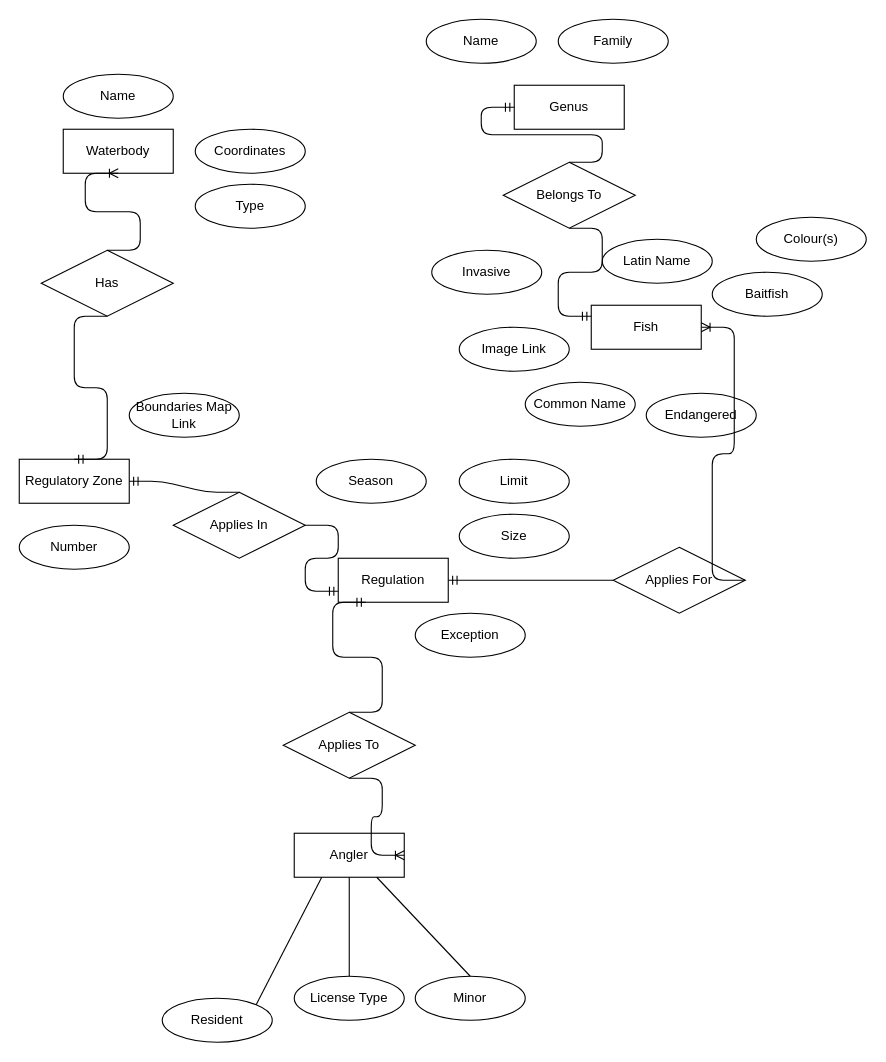
This is lab2.drawio from spjanic10/fishOntario, a draw.io file, before an edit. Source tidied: cells renumbered, new cells numbered last; positions are measured from the earlier drawing's top-left corner, leaving out a move shared by most shapes. Both pictures are drawn from the tidied source at 110%, with x=0, y=0 at pixel (19, 19).
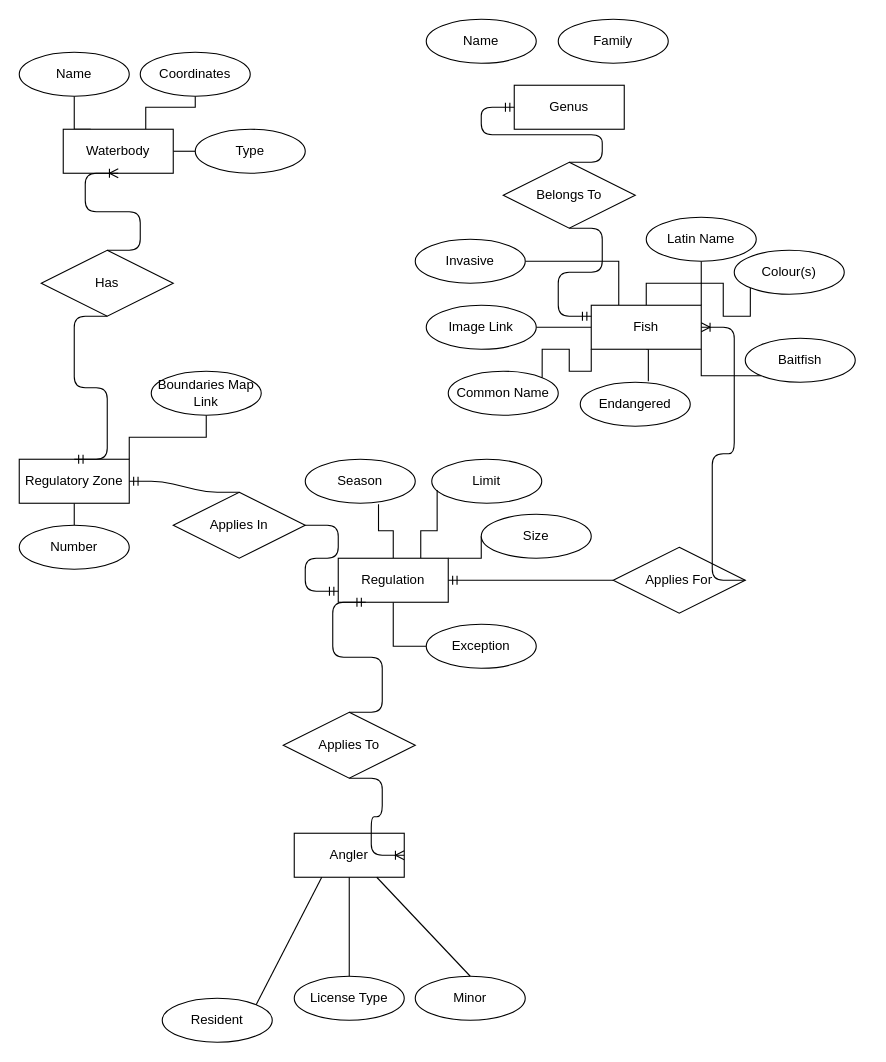
Above is the later version.

Commit message:
needs to be cleaned

The change refers to these unchanged cells:
```xml
<mxCell id="2" value="Regulatory Zone" style="whiteSpace=wrap;html=1;align=center;" parent="1" vertex="1">
  <mxGeometry y="400" width="100" height="40" as="geometry" />
</mxCell>
<mxCell id="3" value="Fish" style="whiteSpace=wrap;html=1;align=center;" parent="1" vertex="1">
  <mxGeometry x="520" y="260" width="100" height="40" as="geometry" />
</mxCell>
<mxCell id="5" value="Waterbody" style="whiteSpace=wrap;html=1;align=center;" parent="1" vertex="1">
  <mxGeometry x="40" y="100" width="100" height="40" as="geometry" />
</mxCell>
<mxCell id="14" value="Number" style="ellipse;whiteSpace=wrap;html=1;align=center;" parent="1" vertex="1">
  <mxGeometry y="460" width="100" height="40" as="geometry" />
</mxCell>
<mxCell id="25" value="Regulation" style="whiteSpace=wrap;html=1;align=center;" parent="1" vertex="1">
  <mxGeometry x="290" y="490" width="100" height="40" as="geometry" />
</mxCell>
```

Diff of the diagram source:
```diff
@@
+    <mxCell id="47" style="edgeStyle=orthogonalEdgeStyle;rounded=0;jettySize=auto;html=1;exitX=0.5;exitY=1;exitDx=0;exitDy=0;entryX=0.5;entryY=0;entryDx=0;entryDy=0;endArrow=none;endFill=0;" parent="1" edge="1" source="2" target="14">
+      <mxGeometry relative="1" as="geometry" />
+    </mxCell>
+    <mxCell id="48" style="edgeStyle=orthogonalEdgeStyle;rounded=0;jettySize=auto;html=1;exitX=1;exitY=0;exitDx=0;exitDy=0;entryX=0.5;entryY=1;entryDx=0;entryDy=0;endArrow=none;endFill=0;" parent="1" edge="1" source="2" target="24">
+      <mxGeometry relative="1" as="geometry" />
+    </mxCell>
@@
+    <mxCell id="49" style="edgeStyle=orthogonalEdgeStyle;rounded=0;jettySize=auto;html=1;exitX=0;exitY=0.5;exitDx=0;exitDy=0;entryX=1;entryY=0.5;entryDx=0;entryDy=0;endArrow=none;endFill=0;" parent="1" edge="1" source="3" target="23">
+      <mxGeometry relative="1" as="geometry" />
+    </mxCell>
+    <mxCell id="50" style="edgeStyle=orthogonalEdgeStyle;rounded=0;jettySize=auto;html=1;exitX=0;exitY=1;exitDx=0;exitDy=0;entryX=1;entryY=0;entryDx=0;entryDy=0;endArrow=none;endFill=0;" parent="1" edge="1" source="3" target="16">
+      <mxGeometry relative="1" as="geometry" />
+    </mxCell>
+    <mxCell id="51" style="edgeStyle=orthogonalEdgeStyle;rounded=0;jettySize=auto;html=1;exitX=0.5;exitY=1;exitDx=0;exitDy=0;entryX=0.619;entryY=-0.022;entryDx=0;entryDy=0;entryPerimeter=0;endArrow=none;endFill=0;" parent="1" edge="1" source="3" target="18">
+      <mxGeometry relative="1" as="geometry" />
+    </mxCell>
+    <mxCell id="52" style="edgeStyle=orthogonalEdgeStyle;rounded=0;jettySize=auto;html=1;exitX=0.5;exitY=0;exitDx=0;exitDy=0;entryX=0.5;entryY=1;entryDx=0;entryDy=0;endArrow=none;endFill=0;" parent="1" edge="1" source="3" target="19">
+      <mxGeometry relative="1" as="geometry" />
+    </mxCell>
+    <mxCell id="53" style="edgeStyle=orthogonalEdgeStyle;rounded=0;jettySize=auto;html=1;exitX=1;exitY=0;exitDx=0;exitDy=0;entryX=0;entryY=1;entryDx=0;entryDy=0;endArrow=none;endFill=0;" parent="1" edge="1" source="3" target="31">
+      <mxGeometry relative="1" as="geometry" />
+    </mxCell>
+    <mxCell id="54" style="edgeStyle=orthogonalEdgeStyle;rounded=0;jettySize=auto;html=1;exitX=1;exitY=1;exitDx=0;exitDy=0;entryX=0;entryY=1;entryDx=0;entryDy=0;endArrow=none;endFill=0;" parent="1" edge="1" source="3" target="21">
+      <mxGeometry relative="1" as="geometry" />
+    </mxCell>
+    <mxCell id="55" style="edgeStyle=orthogonalEdgeStyle;rounded=0;jettySize=auto;html=1;exitX=0.25;exitY=0;exitDx=0;exitDy=0;entryX=1;entryY=0.5;entryDx=0;entryDy=0;endArrow=none;endFill=0;" parent="1" edge="1" source="3" target="15">
+      <mxGeometry relative="1" as="geometry" />
+    </mxCell>
@@
+    <mxCell id="56" style="edgeStyle=orthogonalEdgeStyle;rounded=0;jettySize=auto;html=1;exitX=0.25;exitY=0;exitDx=0;exitDy=0;entryX=0.5;entryY=1;entryDx=0;entryDy=0;endArrow=none;endFill=0;" parent="1" edge="1" source="5" target="28">
+      <mxGeometry relative="1" as="geometry" />
+    </mxCell>
+    <mxCell id="57" style="edgeStyle=orthogonalEdgeStyle;rounded=0;jettySize=auto;html=1;exitX=1;exitY=0.5;exitDx=0;exitDy=0;entryX=0;entryY=0.5;entryDx=0;entryDy=0;endArrow=none;endFill=0;" parent="1" edge="1" source="5" target="13">
+      <mxGeometry relative="1" as="geometry" />
+    </mxCell>
+    <mxCell id="58" style="edgeStyle=orthogonalEdgeStyle;rounded=0;jettySize=auto;html=1;exitX=0.75;exitY=0;exitDx=0;exitDy=0;endArrow=none;endFill=0;" parent="1" edge="1" source="5" target="29">
+      <mxGeometry relative="1" as="geometry" />
+    </mxCell>
@@
     <mxCell id="13" value="&lt;div&gt;Type&lt;/div&gt;" style="ellipse;whiteSpace=wrap;html=1;align=center;" parent="1" vertex="1">
-      <mxGeometry x="160" y="150" width="100" height="40" as="geometry" />
+      <mxGeometry x="160" y="100" width="100" height="40" as="geometry" />
     </mxCell>
@@
     <mxCell id="15" value="Invasive" style="ellipse;whiteSpace=wrap;html=1;align=center;" parent="1" vertex="1">
-      <mxGeometry x="375" y="210" width="100" height="40" as="geometry" />
+      <mxGeometry x="360" y="200" width="100" height="40" as="geometry" />
     </mxCell>
     <mxCell id="16" value="Common Name" style="ellipse;whiteSpace=wrap;html=1;align=center;" parent="1" vertex="1">
-      <mxGeometry x="460" y="330" width="100" height="40" as="geometry" />
+      <mxGeometry x="390" y="320" width="100" height="40" as="geometry" />
     </mxCell>
@@
     <mxCell id="18" value="Endangered" style="ellipse;whiteSpace=wrap;html=1;align=center;" parent="1" vertex="1">
-      <mxGeometry x="570" y="340" width="100" height="40" as="geometry" />
+      <mxGeometry x="510" y="330" width="100" height="40" as="geometry" />
     </mxCell>
     <mxCell id="19" value="Latin Name" style="ellipse;whiteSpace=wrap;html=1;align=center;" parent="1" vertex="1">
-      <mxGeometry x="530" y="200" width="100" height="40" as="geometry" />
+      <mxGeometry x="570" y="180" width="100" height="40" as="geometry" />
     </mxCell>
@@
     <mxCell id="21" value="Baitfish" style="ellipse;whiteSpace=wrap;html=1;align=center;" parent="1" vertex="1">
-      <mxGeometry x="630" y="230" width="100" height="40" as="geometry" />
+      <mxGeometry x="660" y="290" width="100" height="40" as="geometry" />
     </mxCell>
     <mxCell id="22" value="Limit" style="ellipse;whiteSpace=wrap;html=1;align=center;" parent="1" vertex="1">
-      <mxGeometry x="400" y="400" width="100" height="40" as="geometry" />
+      <mxGeometry x="375" y="400" width="100" height="40" as="geometry" />
     </mxCell>
     <mxCell id="23" value="Image Link" style="ellipse;whiteSpace=wrap;html=1;align=center;" parent="1" vertex="1">
-      <mxGeometry x="400" y="280" width="100" height="40" as="geometry" />
+      <mxGeometry x="370" y="260" width="100" height="40" as="geometry" />
     </mxCell>
     <mxCell id="24" value="Boundaries Map Link" style="ellipse;whiteSpace=wrap;html=1;align=center;" parent="1" vertex="1">
-      <mxGeometry x="100" y="340" width="100" height="40" as="geometry" />
+      <mxGeometry x="120" y="320" width="100" height="40" as="geometry" />
     </mxCell>
+    <mxCell id="59" style="edgeStyle=orthogonalEdgeStyle;rounded=0;jettySize=auto;html=1;exitX=0.5;exitY=0;exitDx=0;exitDy=0;entryX=0.666;entryY=1.022;entryDx=0;entryDy=0;entryPerimeter=0;endArrow=none;endFill=0;" parent="1" edge="1" source="25" target="27">
+      <mxGeometry relative="1" as="geometry" />
+    </mxCell>
+    <mxCell id="60" style="edgeStyle=orthogonalEdgeStyle;rounded=0;jettySize=auto;html=1;exitX=0.75;exitY=0;exitDx=0;exitDy=0;entryX=0.049;entryY=0.699;entryDx=0;entryDy=0;entryPerimeter=0;endArrow=none;endFill=0;" parent="1" edge="1" source="25" target="22">
+      <mxGeometry relative="1" as="geometry" />
+    </mxCell>
+    <mxCell id="61" style="edgeStyle=orthogonalEdgeStyle;rounded=0;jettySize=auto;html=1;exitX=1;exitY=0;exitDx=0;exitDy=0;entryX=0;entryY=0.5;entryDx=0;entryDy=0;endArrow=none;endFill=0;" parent="1" edge="1" source="25" target="30">
+      <mxGeometry relative="1" as="geometry" />
+    </mxCell>
+    <mxCell id="62" style="edgeStyle=orthogonalEdgeStyle;rounded=0;jettySize=auto;html=1;exitX=0.5;exitY=1;exitDx=0;exitDy=0;entryX=0;entryY=0.5;entryDx=0;entryDy=0;endArrow=none;endFill=0;" parent="1" edge="1" source="25" target="26">
+      <mxGeometry relative="1" as="geometry" />
+    </mxCell>
@@
     <mxCell id="26" value="Exception" style="ellipse;whiteSpace=wrap;html=1;align=center;" parent="1" vertex="1">
-      <mxGeometry x="360" y="540" width="100" height="40" as="geometry" />
+      <mxGeometry x="370" y="550" width="100" height="40" as="geometry" />
     </mxCell>
     <mxCell id="27" value="Season" style="ellipse;whiteSpace=wrap;html=1;align=center;" parent="1" vertex="1">
-      <mxGeometry x="270" y="400" width="100" height="40" as="geometry" />
+      <mxGeometry x="260" y="400" width="100" height="40" as="geometry" />
     </mxCell>
     <mxCell id="28" value="Name" style="ellipse;whiteSpace=wrap;html=1;align=center;" parent="1" vertex="1">
-      <mxGeometry x="40" y="50" width="100" height="40" as="geometry" />
+      <mxGeometry y="30" width="100" height="40" as="geometry" />
     </mxCell>
     <mxCell id="29" value="Coordinates" style="ellipse;whiteSpace=wrap;html=1;align=center;" parent="1" vertex="1">
-      <mxGeometry x="160" y="100" width="100" height="40" as="geometry" />
+      <mxGeometry x="110" y="30" width="100" height="40" as="geometry" />
     </mxCell>
     <mxCell id="30" value="Size" style="ellipse;whiteSpace=wrap;html=1;align=center;" parent="1" vertex="1">
-      <mxGeometry x="400" y="450" width="100" height="40" as="geometry" />
+      <mxGeometry x="420" y="450" width="100" height="40" as="geometry" />
     </mxCell>
     <mxCell id="31" value="Colour(s)" style="ellipse;whiteSpace=wrap;html=1;align=center;" parent="1" vertex="1">
-      <mxGeometry x="670" y="180" width="100" height="40" as="geometry" />
+      <mxGeometry x="650" y="210" width="100" height="40" as="geometry" />
     </mxCell>
```
